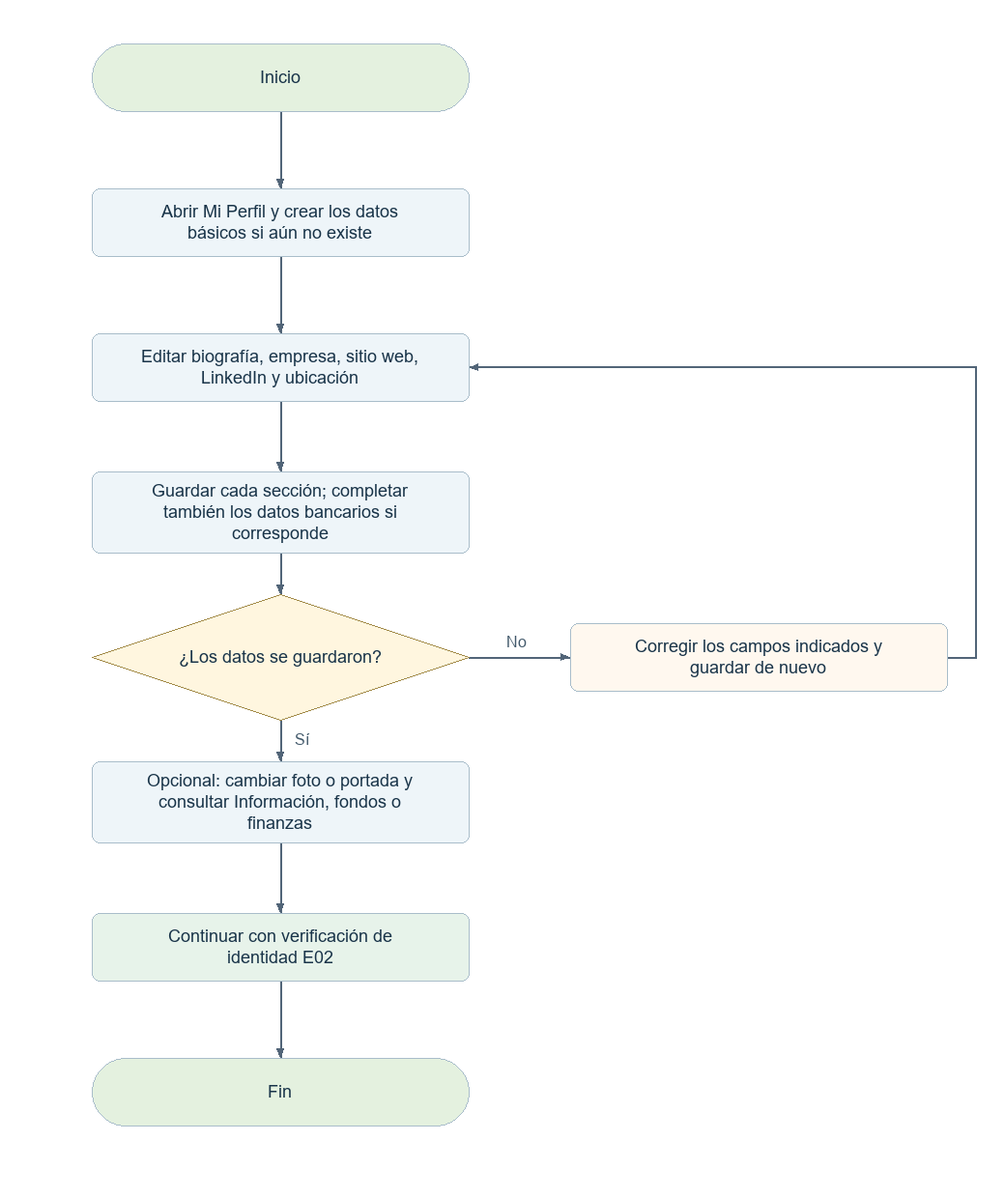
Above: docs/diagramas-web/png/E01.png in elingeyesdev/t3-crowdfunding-inversion (Mermaid), before the change. Its source is kept beside it as docs/diagramas-web/mermaid/E01.mmd. The source it was exported from:
```mermaid
flowchart TD
  N0(["Inicio"])
  N0 --> N1
  N1["Abrir Mi Perfil y crear los datos básicos si aún no existe"]
  N1 --> N2
  N2["Editar biografía, empresa, sitio web, LinkedIn y ubicación"]
  N2 --> N3
  N3["Guardar cada sección; completar también los datos bancarios si corresponde"]
  N3 --> N4
  N4{"¿Los datos se guardaron?"}
  N4 -->|"Sí"| N5
  B4["Corregir los campos indicados y guardar de nuevo"]
  N4 -->|"No"| B4
  B4 --> N2
  N5["Opcional: cambiar foto o portada y consultar Información, fondos o finanzas"]
  N5 --> N6
  N6["Continuar con verificación de identidad E02"]
  N6 --> N7
  N7(["Fin"])
```
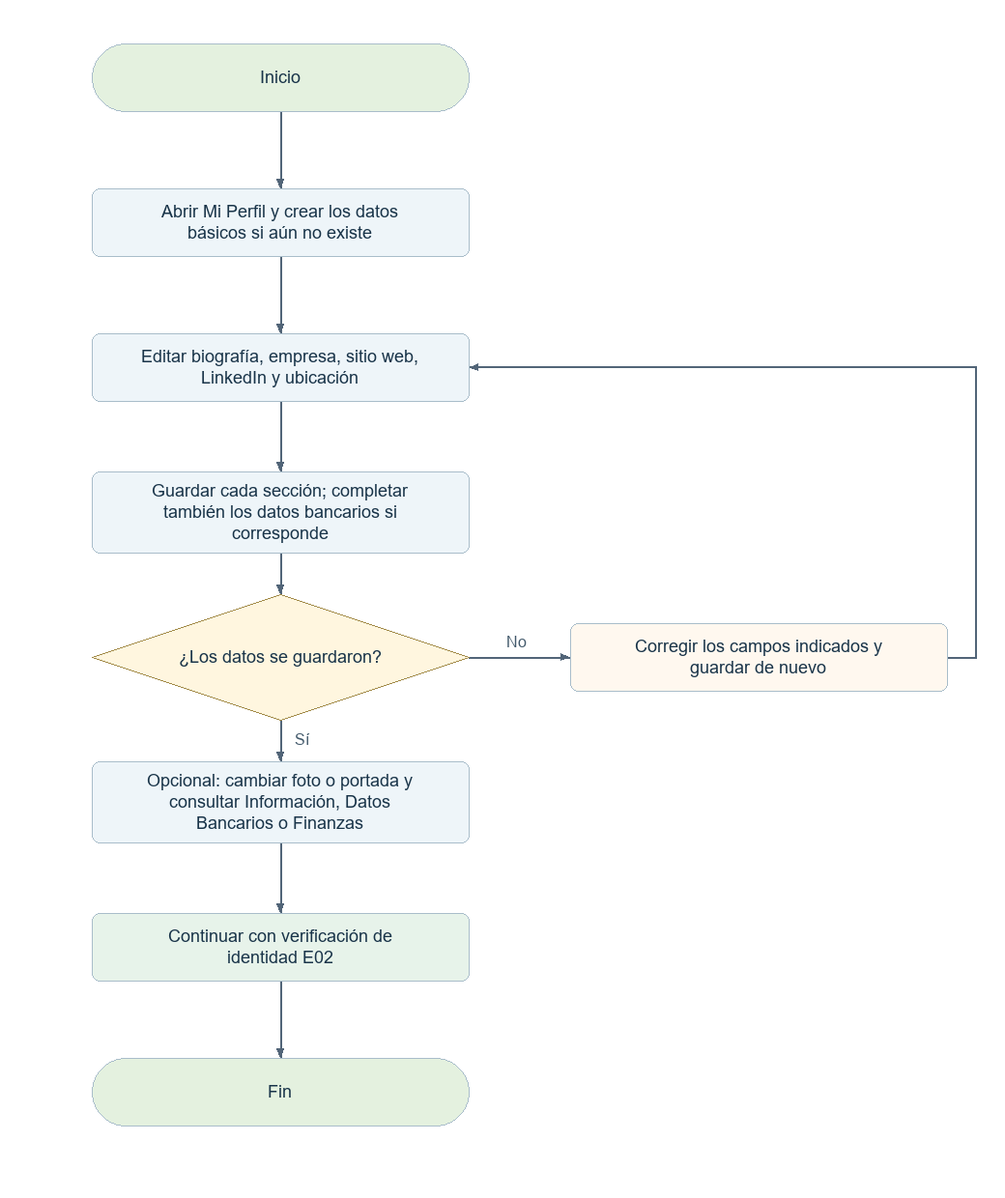
The same file after the commit.

Diff of the diagram source:
```diff
@@ -12,7 +12,7 @@
   B4["Corregir los campos indicados y guardar de nuevo"]
   N4 -->|"No"| B4
   B4 --> N2
-  N5["Opcional: cambiar foto o portada y consultar Información, fondos o finanzas"]
+  N5["Opcional: cambiar foto o portada y consultar Información, Datos Bancarios o Finanzas"]
   N5 --> N6
   N6["Continuar con verificación de identidad E02"]
   N6 --> N7
```
